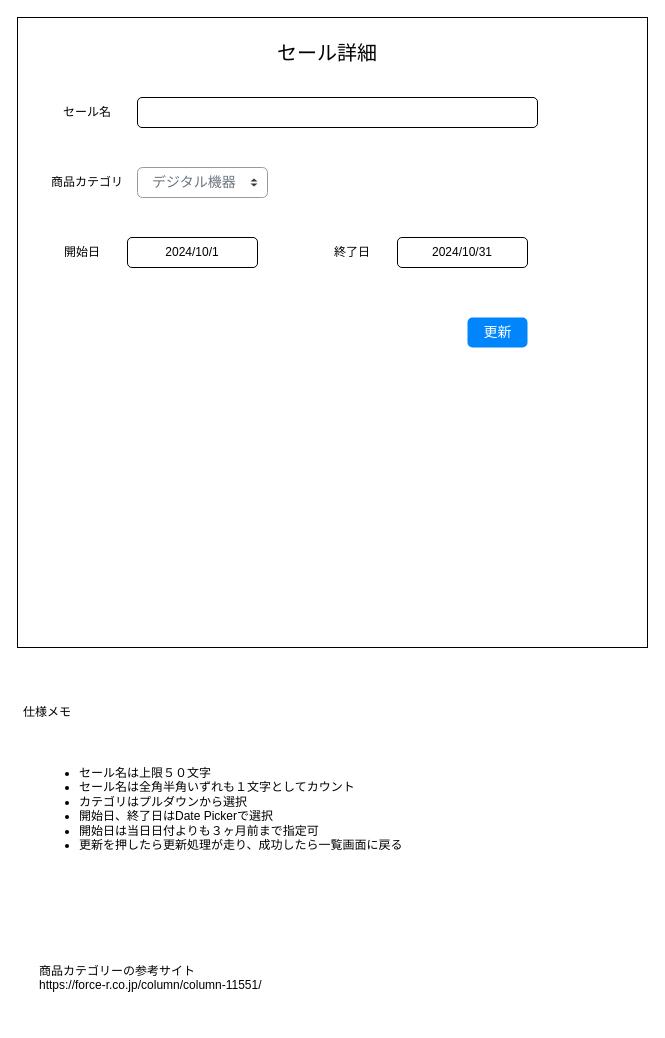
Before: page "詳細画面" (2 of 3) of web-apps/sale_notification/docs/画面設計書/一覧画面.dio in mytysoldier/portfolios, a draw.io diagram. Source tidied: cells renumbered, new cells numbered last; positions are measured from the earlier drawing's top-left corner, leaving out a move shared by most shapes. Both pictures are drawn from the tidied source at 100%, with x=0, y=0 at pixel (17, 17).
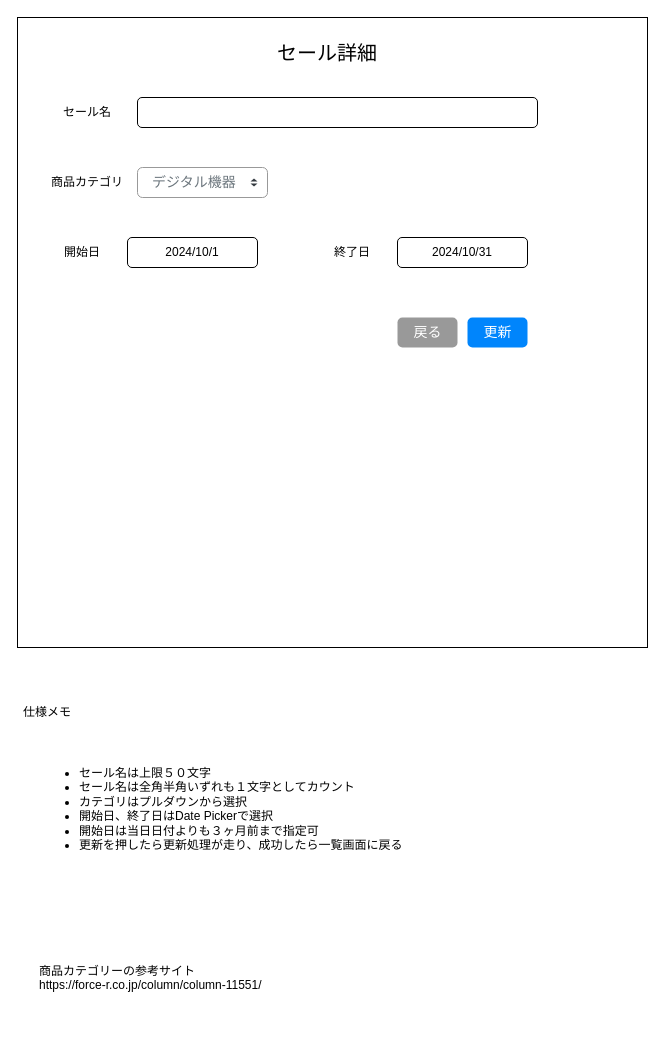
Above is the later version.

Diff of the diagram source:
```diff
@@
+    <mxCell id="18" value="戻る" style="html=1;shadow=0;dashed=0;shape=mxgraph.bootstrap.rrect;rSize=5;fillColor=#999999;strokeColor=none;align=center;spacing=15;fontSize=14;fontColor=#ffffff;sketch=0;" parent="1" vertex="1">
+      <mxGeometry x="380" y="300" width="60" height="30" as="geometry" />
+    </mxCell>
```
